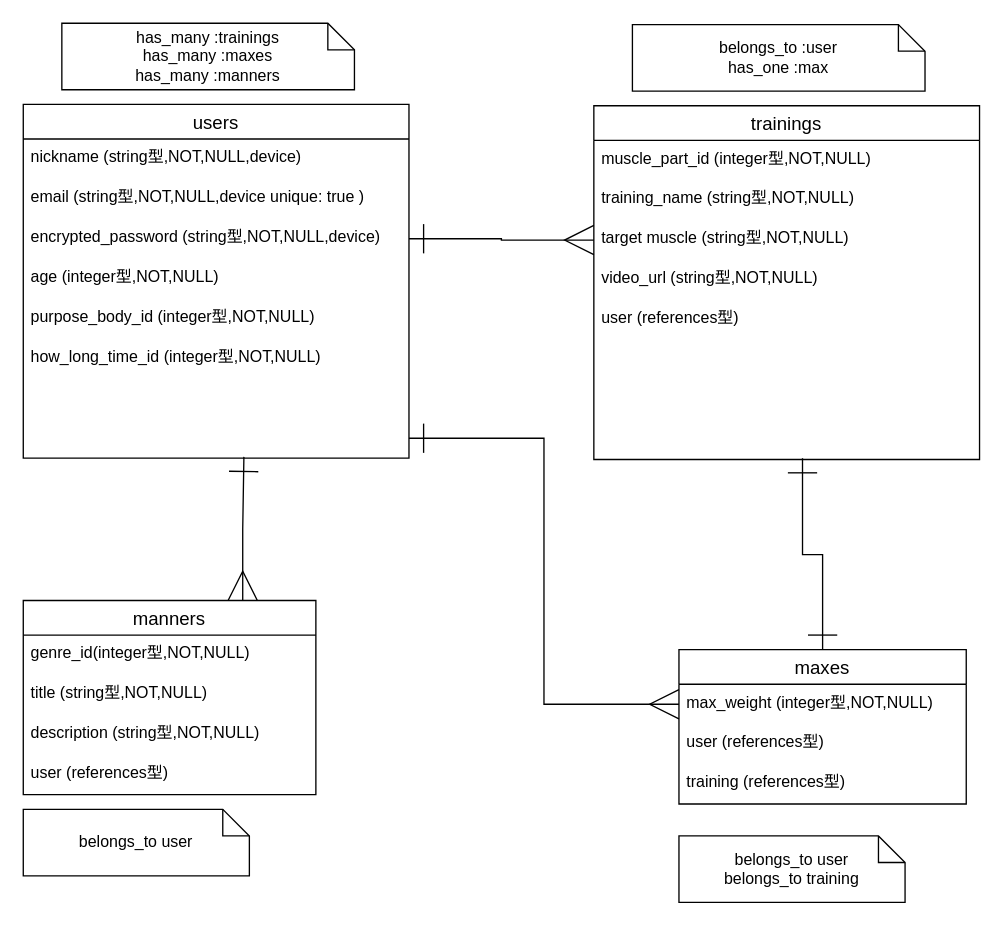
Yurai-0820/my-try keeps this draw.io diagram as ER.dio. Above is the earlier version. Source tidied: cells renumbered, new cells numbered last; positions are measured from the earlier drawing's top-left corner, leaving out a move shared by most shapes. Both pictures are drawn from the tidied source at 133%, with x=0, y=0 at pixel (23, 23).
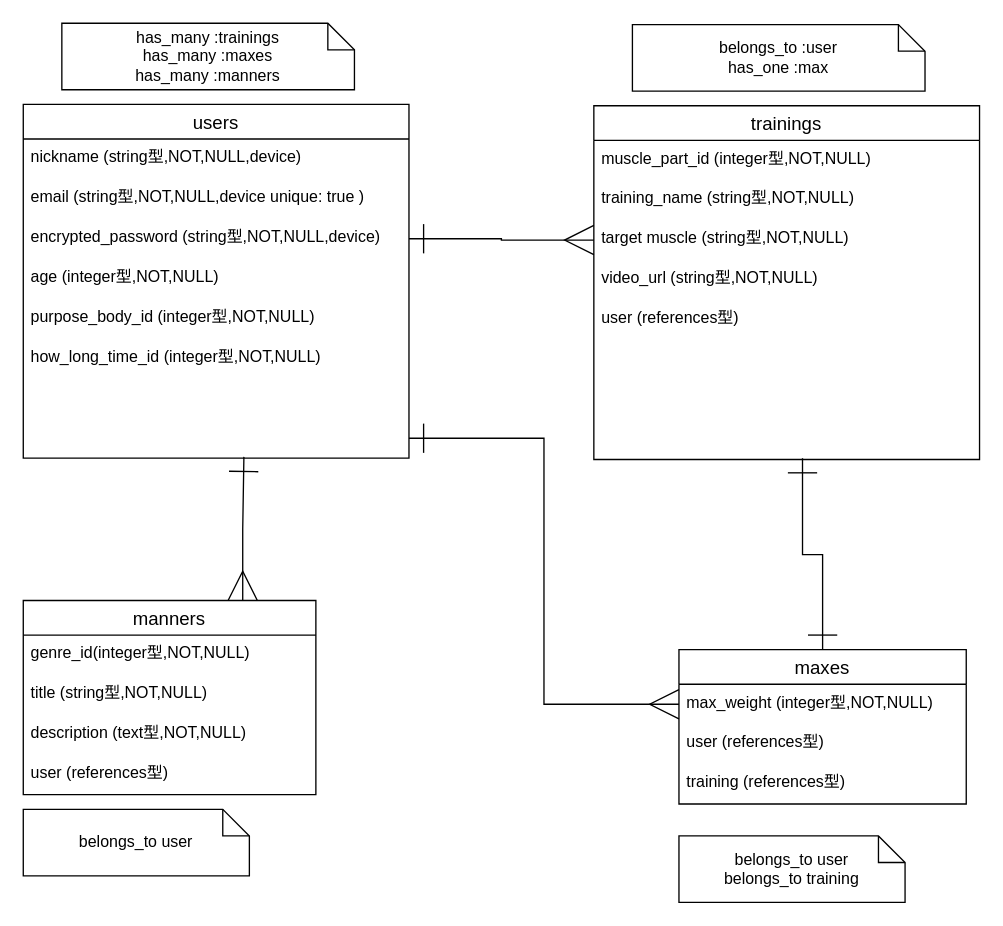
The same diagram, later.

Commit message (it also covers changes not shown here):
データベース修正

The change refers to these unchanged cells:
```xml
<mxCell id="29" value="manners" style="swimlane;fontStyle=0;horizontal=1;startSize=26;align=center;fontSize=14;" parent="1" vertex="1">
  <mxGeometry y="434" width="220" height="146" as="geometry" />
</mxCell>
```

What changed in the source:
```diff
@@
-    <mxCell id="32" value="description (string型,NOT,NULL)" style="text;strokeColor=none;fillColor=none;spacingLeft=4;spacingRight=4;overflow=hidden;fontSize=12;" parent="29" vertex="1">
+    <mxCell id="32" value="description (text型,NOT,NULL)" style="text;strokeColor=none;fillColor=none;spacingLeft=4;spacingRight=4;overflow=hidden;fontSize=12;" parent="29" vertex="1">
       <mxGeometry y="86" width="220" height="30" as="geometry" />
     </mxCell>
```
